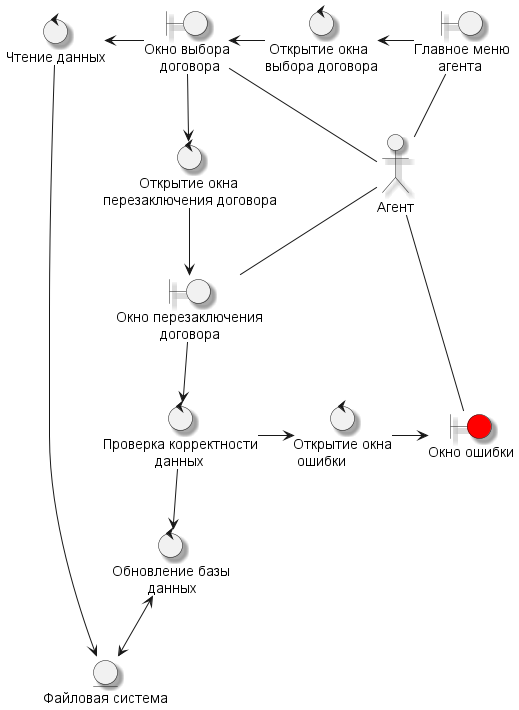
Earlier version of the PlantUML export out/Resource/Диаграммы пригодности/Перезаключить договор (Агент).png (MiFit1/OSOGO).
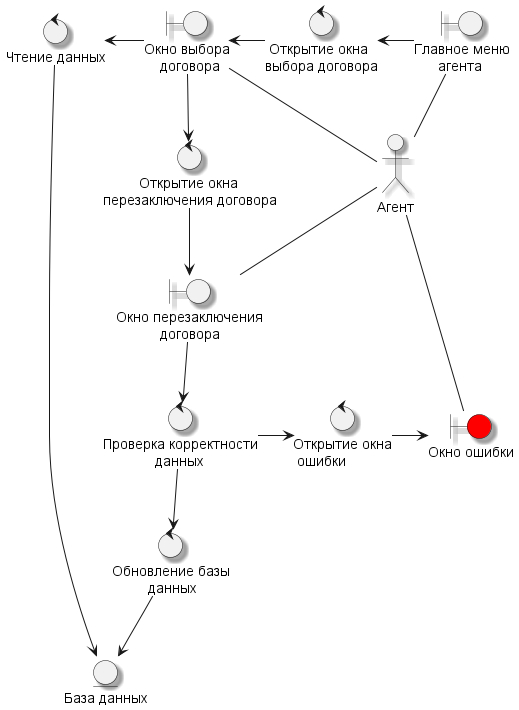
The same diagram one commit later.

Change to the diagram source:
```diff
@@ -13,7 +13,7 @@
 control "Проверка корректности\n             данных" as checkCorrectData
 control "Чтение данных" as readData
 
-entity "Файловая система" as fs
+entity "База данных" as fs
 
 agent -u- mainMenuAc
 mainMenuAc -l-> contractWindowControl
@@ -25,7 +25,7 @@
 reContractWindow --> checkCorrectData
 checkCorrectData --> updateDatabase
 checkCorrectData -r-> errorWindowControl
-updateDatabase <--> fs
+updateDatabase --> fs
 errorWindowControl -r-> errorWindow
 
 agent -- contractWindow
```
